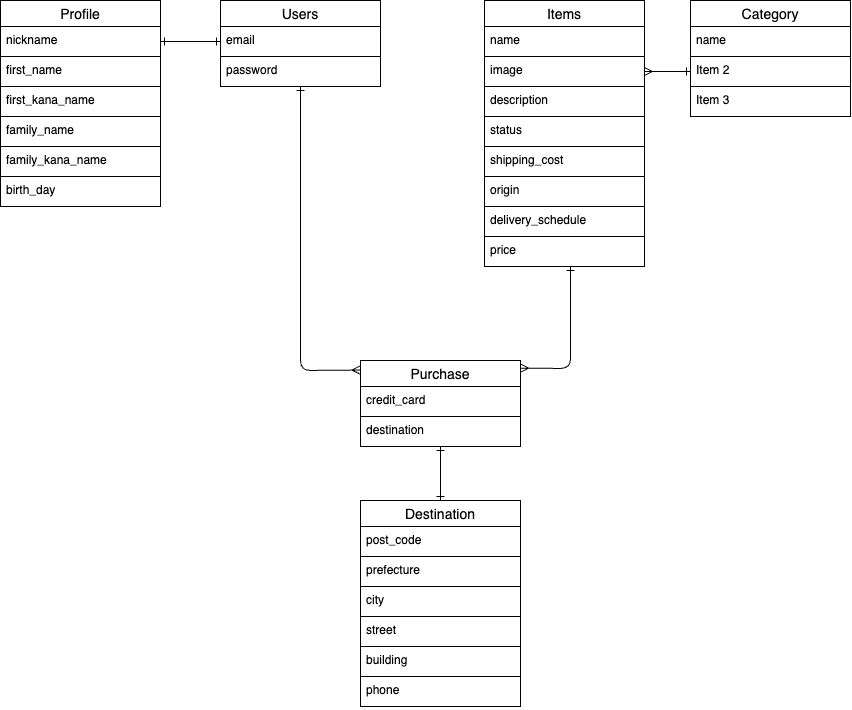
Earlier version of the draw.io export ER.png (Ryuta0210/furima-41334). Source tidied: cells renumbered, new cells last; positions are measured from the earlier drawing's top-left corner, leaving out a move shared by most shapes. Its diagram source:
```xml
<mxGraphModel background="#ffffff">
  <root>
    <mxCell id="0" />
    <mxCell id="1" parent="0" />
    <mxCell id="2" style="html=1;entryX=-0.003;entryY=0.111;entryDx=0;entryDy=0;entryPerimeter=0;strokeWidth=1;startArrow=ERone;startFill=0;endArrow=ERmany;endFill=0;strokeColor=#000000;fontColor=#000000;" parent="1" edge="1" source="3" target="17">
      <mxGeometry relative="1" as="geometry">
        <Array as="points">
          <mxPoint x="300" y="370" />
        </Array>
      </mxGeometry>
    </mxCell>
    <mxCell id="3" value="Users" style="swimlane;fontStyle=0;horizontal=1;startSize=26;align=center;fontSize=14;strokeColor=#000000;fontColor=#000000;" parent="1" vertex="1">
      <mxGeometry x="220" width="160" height="86" as="geometry" />
    </mxCell>
    <mxCell id="4" value="email" style="text;spacingLeft=4;spacingRight=4;overflow=hidden;points=[[0,0.5],[1,0.5]];portConstraint=eastwest;fontSize=12;strokeColor=#000000;fontColor=#000000;" parent="3" vertex="1">
      <mxGeometry y="26" width="160" height="30" as="geometry" />
    </mxCell>
    <mxCell id="5" value="password" style="text;spacingLeft=4;spacingRight=4;overflow=hidden;fontSize=12;strokeColor=#000000;fontColor=#000000;" parent="3" vertex="1">
      <mxGeometry y="56" width="160" height="30" as="geometry" />
    </mxCell>
    <mxCell id="6" style="edgeStyle=none;html=1;strokeWidth=1;startArrow=ERone;startFill=0;endArrow=ERmany;endFill=0;exitX=0.538;exitY=1.002;exitDx=0;exitDy=0;exitPerimeter=0;entryX=1.002;entryY=0.089;entryDx=0;entryDy=0;entryPerimeter=0;strokeColor=#000000;fontColor=#000000;" parent="1" edge="1" source="15" target="17">
      <mxGeometry relative="1" as="geometry">
        <Array as="points">
          <mxPoint x="570" y="368" />
        </Array>
      </mxGeometry>
    </mxCell>
    <mxCell id="7" value="Items" style="swimlane;fontStyle=0;horizontal=1;startSize=26;align=center;fontSize=14;strokeColor=#000000;fontColor=#000000;" parent="1" vertex="1">
      <mxGeometry x="484" width="160" height="266" as="geometry" />
    </mxCell>
    <mxCell id="8" value="name" style="text;spacingLeft=4;spacingRight=4;overflow=hidden;fontSize=12;strokeColor=#000000;fontColor=#000000;" parent="7" vertex="1">
      <mxGeometry y="26" width="160" height="30" as="geometry" />
    </mxCell>
    <mxCell id="9" value="image" style="text;spacingLeft=4;spacingRight=4;overflow=hidden;points=[[0,0.5],[1,0.5]];portConstraint=eastwest;fontSize=12;strokeColor=#000000;fontColor=#000000;" parent="7" vertex="1">
      <mxGeometry y="56" width="160" height="30" as="geometry" />
    </mxCell>
    <mxCell id="10" value="description" style="text;spacingLeft=4;spacingRight=4;overflow=hidden;fontSize=12;strokeColor=#000000;fontColor=#000000;" parent="7" vertex="1">
      <mxGeometry y="86" width="160" height="30" as="geometry" />
    </mxCell>
    <mxCell id="11" value="status" style="text;spacingLeft=4;spacingRight=4;overflow=hidden;fontSize=12;strokeColor=#000000;fontColor=#000000;" parent="7" vertex="1">
      <mxGeometry y="116" width="160" height="30" as="geometry" />
    </mxCell>
    <mxCell id="12" value="shipping_cost" style="text;spacingLeft=4;spacingRight=4;overflow=hidden;fontSize=12;strokeColor=#000000;fontColor=#000000;" parent="7" vertex="1">
      <mxGeometry y="146" width="160" height="30" as="geometry" />
    </mxCell>
    <mxCell id="13" value="origin" style="text;spacingLeft=4;spacingRight=4;overflow=hidden;fontSize=12;strokeColor=#000000;fontColor=#000000;" parent="7" vertex="1">
      <mxGeometry y="176" width="160" height="30" as="geometry" />
    </mxCell>
    <mxCell id="14" value="delivery_schedule" style="text;spacingLeft=4;spacingRight=4;overflow=hidden;fontSize=12;strokeColor=#000000;fontColor=#000000;" parent="7" vertex="1">
      <mxGeometry y="206" width="160" height="30" as="geometry" />
    </mxCell>
    <mxCell id="15" value="price" style="text;spacingLeft=4;spacingRight=4;overflow=hidden;points=[[0,0.5],[1,0.5]];portConstraint=eastwest;fontSize=12;strokeColor=#000000;fontColor=#000000;" parent="7" vertex="1">
      <mxGeometry y="236" width="160" height="30" as="geometry" />
    </mxCell>
    <mxCell id="16" style="edgeStyle=none;html=1;entryX=0.5;entryY=0;entryDx=0;entryDy=0;strokeWidth=1;startArrow=ERone;startFill=0;endArrow=ERone;endFill=0;strokeColor=#000000;fontColor=#000000;" parent="1" edge="1" source="17" target="20">
      <mxGeometry relative="1" as="geometry" />
    </mxCell>
    <mxCell id="17" value="Purchase" style="swimlane;fontStyle=0;horizontal=1;startSize=26;align=center;fontSize=14;strokeColor=#000000;fontColor=#000000;" parent="1" vertex="1">
      <mxGeometry x="360" y="360" width="160" height="86" as="geometry" />
    </mxCell>
    <mxCell id="18" value="credit_card" style="text;spacingLeft=4;spacingRight=4;overflow=hidden;fontSize=12;strokeColor=#000000;fontColor=#000000;" parent="17" vertex="1">
      <mxGeometry y="26" width="160" height="30" as="geometry" />
    </mxCell>
    <mxCell id="19" value="destination" style="text;spacingLeft=4;spacingRight=4;overflow=hidden;fontSize=12;strokeColor=#000000;fontColor=#000000;" parent="17" vertex="1">
      <mxGeometry y="56" width="160" height="30" as="geometry" />
    </mxCell>
    <mxCell id="20" value="Destination" style="swimlane;fontStyle=0;horizontal=1;startSize=26;align=center;fontSize=14;strokeColor=#000000;fontColor=#000000;" parent="1" vertex="1">
      <mxGeometry x="360" y="500" width="160" height="206" as="geometry" />
    </mxCell>
    <mxCell id="21" value="post_code" style="text;spacingLeft=4;spacingRight=4;overflow=hidden;fontSize=12;strokeColor=#000000;fontColor=#000000;" parent="20" vertex="1">
      <mxGeometry y="26" width="160" height="30" as="geometry" />
    </mxCell>
    <mxCell id="22" value="prefecture" style="text;spacingLeft=4;spacingRight=4;overflow=hidden;fontSize=12;strokeColor=#000000;fontColor=#000000;" parent="20" vertex="1">
      <mxGeometry y="56" width="160" height="30" as="geometry" />
    </mxCell>
    <mxCell id="23" value="city" style="text;spacingLeft=4;spacingRight=4;overflow=hidden;fontSize=12;strokeColor=#000000;fontColor=#000000;" parent="20" vertex="1">
      <mxGeometry y="86" width="160" height="30" as="geometry" />
    </mxCell>
    <mxCell id="24" value="street" style="text;spacingLeft=4;spacingRight=4;overflow=hidden;fontSize=12;strokeColor=#000000;fontColor=#000000;" parent="20" vertex="1">
      <mxGeometry y="116" width="160" height="30" as="geometry" />
    </mxCell>
    <mxCell id="25" value="building" style="text;spacingLeft=4;spacingRight=4;overflow=hidden;fontSize=12;strokeColor=#000000;fontColor=#000000;" parent="20" vertex="1">
      <mxGeometry y="146" width="160" height="30" as="geometry" />
    </mxCell>
    <mxCell id="26" value="phone" style="text;spacingLeft=4;spacingRight=4;overflow=hidden;fontSize=12;strokeColor=#000000;fontColor=#000000;" parent="20" vertex="1">
      <mxGeometry y="176" width="160" height="30" as="geometry" />
    </mxCell>
    <mxCell id="27" value="Category" style="swimlane;fontStyle=0;horizontal=1;startSize=26;align=center;fontSize=14;strokeColor=#000000;fontColor=#000000;" parent="1" vertex="1">
      <mxGeometry x="690" width="160" height="116" as="geometry" />
    </mxCell>
    <mxCell id="28" value="name" style="text;spacingLeft=4;spacingRight=4;overflow=hidden;fontSize=12;strokeColor=#000000;fontColor=#000000;" parent="27" vertex="1">
      <mxGeometry y="26" width="160" height="30" as="geometry" />
    </mxCell>
    <mxCell id="29" value="Item 2" style="text;spacingLeft=4;spacingRight=4;overflow=hidden;points=[[0,0.5],[1,0.5]];portConstraint=eastwest;fontSize=12;strokeColor=#000000;fontColor=#000000;" parent="27" vertex="1">
      <mxGeometry y="56" width="160" height="30" as="geometry" />
    </mxCell>
    <mxCell id="30" value="Item 3" style="text;spacingLeft=4;spacingRight=4;overflow=hidden;fontSize=12;strokeColor=#000000;fontColor=#000000;" parent="27" vertex="1">
      <mxGeometry y="86" width="160" height="30" as="geometry" />
    </mxCell>
    <mxCell id="31" style="edgeStyle=none;html=1;entryX=0;entryY=0.5;entryDx=0;entryDy=0;startArrow=ERmany;startFill=0;endArrow=ERone;endFill=0;strokeColor=#000000;fontColor=#000000;" parent="1" edge="1" source="9" target="29">
      <mxGeometry relative="1" as="geometry" />
    </mxCell>
    <mxCell id="32" style="edgeStyle=none;html=1;exitX=1;exitY=0.5;exitDx=0;exitDy=0;entryX=0;entryY=0.5;entryDx=0;entryDy=0;endArrow=ERone;endFill=0;startArrow=ERone;startFill=0;strokeColor=#000000;fontColor=#000000;" parent="1" edge="1" source="34" target="4">
      <mxGeometry relative="1" as="geometry" />
    </mxCell>
    <mxCell id="33" value="Profile" style="swimlane;fontStyle=0;horizontal=1;startSize=26;align=center;fontSize=14;strokeColor=#000000;fontColor=#000000;" parent="1" vertex="1">
      <mxGeometry width="160" height="206" as="geometry" />
    </mxCell>
    <mxCell id="34" value="nickname" style="text;spacingLeft=4;spacingRight=4;overflow=hidden;points=[[0,0.5],[1,0.5]];portConstraint=eastwest;fontSize=12;strokeColor=#000000;fontColor=#000000;" parent="33" vertex="1">
      <mxGeometry y="26" width="160" height="30" as="geometry" />
    </mxCell>
    <mxCell id="35" value="first_name" style="text;spacingLeft=4;spacingRight=4;overflow=hidden;fontSize=12;strokeColor=#000000;fontColor=#000000;" parent="33" vertex="1">
      <mxGeometry y="56" width="160" height="30" as="geometry" />
    </mxCell>
    <mxCell id="36" value="first_kana_name" style="text;spacingLeft=4;spacingRight=4;overflow=hidden;fontSize=12;strokeColor=#000000;fontColor=#000000;" parent="33" vertex="1">
      <mxGeometry y="86" width="160" height="30" as="geometry" />
    </mxCell>
    <mxCell id="37" value="family_name" style="text;spacingLeft=4;spacingRight=4;overflow=hidden;fontSize=12;strokeColor=#000000;fontColor=#000000;" parent="33" vertex="1">
      <mxGeometry y="116" width="160" height="30" as="geometry" />
    </mxCell>
    <mxCell id="38" value="family_kana_name" style="text;spacingLeft=4;spacingRight=4;overflow=hidden;fontSize=12;strokeColor=#000000;fontColor=#000000;" parent="33" vertex="1">
      <mxGeometry y="146" width="160" height="30" as="geometry" />
    </mxCell>
    <mxCell id="39" value="birth_day" style="text;spacingLeft=4;spacingRight=4;overflow=hidden;fontSize=12;strokeColor=#000000;fontColor=#000000;" parent="33" vertex="1">
      <mxGeometry y="176" width="160" height="30" as="geometry" />
    </mxCell>
  </root>
</mxGraphModel>
```
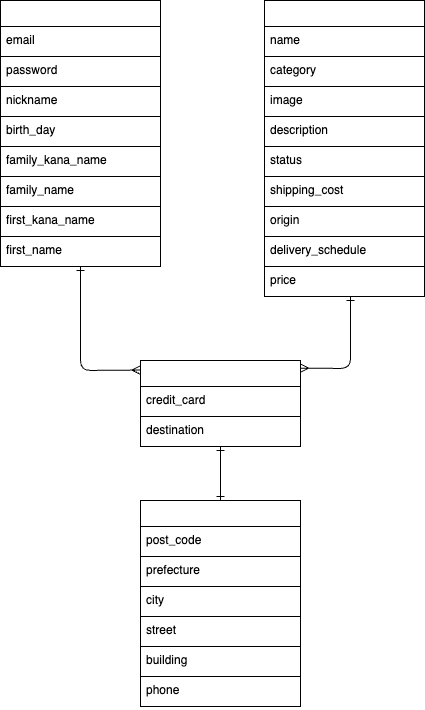
After the change.

Commit message:
ER図とREADMEの修正

Change to the diagram source:
```diff
@@ -9,8 +9,8 @@
         </Array>
       </mxGeometry>
     </mxCell>
-    <mxCell id="3" value="Users" style="swimlane;fontStyle=0;horizontal=1;startSize=26;align=center;fontSize=14;strokeColor=#000000;fontColor=#000000;" parent="1" vertex="1">
-      <mxGeometry x="220" width="160" height="86" as="geometry" />
+    <mxCell id="3" value="Users" style="swimlane;fontStyle=0;horizontal=1;startSize=26;align=center;fontSize=14;strokeColor=#000000;fontColor=#FFFFFF;" parent="1" vertex="1">
+      <mxGeometry x="220" width="160" height="266" as="geometry" />
     </mxCell>
     <mxCell id="4" value="email" style="text;spacingLeft=4;spacingRight=4;overflow=hidden;points=[[0,0.5],[1,0.5]];portConstraint=eastwest;fontSize=12;strokeColor=#000000;fontColor=#000000;" parent="3" vertex="1">
       <mxGeometry y="26" width="160" height="30" as="geometry" />
@@ -18,6 +18,24 @@
     <mxCell id="5" value="password" style="text;spacingLeft=4;spacingRight=4;overflow=hidden;fontSize=12;strokeColor=#000000;fontColor=#000000;" parent="3" vertex="1">
       <mxGeometry y="56" width="160" height="30" as="geometry" />
     </mxCell>
+    <mxCell id="34" value="nickname" style="text;spacingLeft=4;spacingRight=4;overflow=hidden;points=[[0,0.5],[1,0.5]];portConstraint=eastwest;fontSize=12;strokeColor=#000000;fontColor=#000000;" parent="3" vertex="1">
+      <mxGeometry y="86" width="160" height="30" as="geometry" />
+    </mxCell>
+    <mxCell id="39" value="birth_day" style="text;spacingLeft=4;spacingRight=4;overflow=hidden;fontSize=12;strokeColor=#000000;fontColor=#000000;" parent="3" vertex="1">
+      <mxGeometry y="116" width="160" height="30" as="geometry" />
+    </mxCell>
+    <mxCell id="38" value="family_kana_name" style="text;spacingLeft=4;spacingRight=4;overflow=hidden;fontSize=12;strokeColor=#000000;fontColor=#000000;" parent="3" vertex="1">
+      <mxGeometry y="146" width="160" height="30" as="geometry" />
+    </mxCell>
+    <mxCell id="37" value="family_name" style="text;spacingLeft=4;spacingRight=4;overflow=hidden;fontSize=12;strokeColor=#000000;fontColor=#000000;" parent="3" vertex="1">
+      <mxGeometry y="176" width="160" height="30" as="geometry" />
+    </mxCell>
+    <mxCell id="36" value="first_kana_name" style="text;spacingLeft=4;spacingRight=4;overflow=hidden;fontSize=12;strokeColor=#000000;fontColor=#000000;" parent="3" vertex="1">
+      <mxGeometry y="206" width="160" height="30" as="geometry" />
+    </mxCell>
+    <mxCell id="35" value="first_name" style="text;spacingLeft=4;spacingRight=4;overflow=hidden;fontSize=12;strokeColor=#000000;fontColor=#000000;" parent="3" vertex="1">
+      <mxGeometry y="236" width="160" height="30" as="geometry" />
+    </mxCell>
     <mxCell id="6" style="edgeStyle=none;html=1;strokeWidth=1;startArrow=ERone;startFill=0;endArrow=ERmany;endFill=0;exitX=0.538;exitY=1.002;exitDx=0;exitDy=0;exitPerimeter=0;entryX=1.002;entryY=0.089;entryDx=0;entryDy=0;entryPerimeter=0;strokeColor=#000000;fontColor=#000000;" parent="1" edge="1" source="15" target="17">
       <mxGeometry relative="1" as="geometry">
         <Array as="points">
@@ -25,37 +43,40 @@
         </Array>
       </mxGeometry>
     </mxCell>
-    <mxCell id="7" value="Items" style="swimlane;fontStyle=0;horizontal=1;startSize=26;align=center;fontSize=14;strokeColor=#000000;fontColor=#000000;" parent="1" vertex="1">
-      <mxGeometry x="484" width="160" height="266" as="geometry" />
+    <mxCell id="7" value="Items" style="swimlane;fontStyle=0;horizontal=1;startSize=26;align=center;fontSize=14;strokeColor=#000000;fontColor=#FFFFFF;" parent="1" vertex="1">
+      <mxGeometry x="484" width="160" height="296" as="geometry" />
     </mxCell>
     <mxCell id="8" value="name" style="text;spacingLeft=4;spacingRight=4;overflow=hidden;fontSize=12;strokeColor=#000000;fontColor=#000000;" parent="7" vertex="1">
       <mxGeometry y="26" width="160" height="30" as="geometry" />
     </mxCell>
+    <mxCell id="40" value="category" style="text;strokeColor=none;fillColor=none;spacingLeft=4;spacingRight=4;overflow=hidden;fontSize=12;fontColor=#000000;" parent="7" vertex="1">
+      <mxGeometry y="56" width="160" height="30" as="geometry" />
+    </mxCell>
     <mxCell id="9" value="image" style="text;spacingLeft=4;spacingRight=4;overflow=hidden;points=[[0,0.5],[1,0.5]];portConstraint=eastwest;fontSize=12;strokeColor=#000000;fontColor=#000000;" parent="7" vertex="1">
-      <mxGeometry y="56" width="160" height="30" as="geometry" />
+      <mxGeometry y="86" width="160" height="30" as="geometry" />
     </mxCell>
     <mxCell id="10" value="description" style="text;spacingLeft=4;spacingRight=4;overflow=hidden;fontSize=12;strokeColor=#000000;fontColor=#000000;" parent="7" vertex="1">
-      <mxGeometry y="86" width="160" height="30" as="geometry" />
+      <mxGeometry y="116" width="160" height="30" as="geometry" />
     </mxCell>
     <mxCell id="11" value="status" style="text;spacingLeft=4;spacingRight=4;overflow=hidden;fontSize=12;strokeColor=#000000;fontColor=#000000;" parent="7" vertex="1">
-      <mxGeometry y="116" width="160" height="30" as="geometry" />
+      <mxGeometry y="146" width="160" height="30" as="geometry" />
     </mxCell>
     <mxCell id="12" value="shipping_cost" style="text;spacingLeft=4;spacingRight=4;overflow=hidden;fontSize=12;strokeColor=#000000;fontColor=#000000;" parent="7" vertex="1">
-      <mxGeometry y="146" width="160" height="30" as="geometry" />
+      <mxGeometry y="176" width="160" height="30" as="geometry" />
     </mxCell>
     <mxCell id="13" value="origin" style="text;spacingLeft=4;spacingRight=4;overflow=hidden;fontSize=12;strokeColor=#000000;fontColor=#000000;" parent="7" vertex="1">
-      <mxGeometry y="176" width="160" height="30" as="geometry" />
+      <mxGeometry y="206" width="160" height="30" as="geometry" />
     </mxCell>
     <mxCell id="14" value="delivery_schedule" style="text;spacingLeft=4;spacingRight=4;overflow=hidden;fontSize=12;strokeColor=#000000;fontColor=#000000;" parent="7" vertex="1">
-      <mxGeometry y="206" width="160" height="30" as="geometry" />
+      <mxGeometry y="236" width="160" height="30" as="geometry" />
     </mxCell>
     <mxCell id="15" value="price" style="text;spacingLeft=4;spacingRight=4;overflow=hidden;points=[[0,0.5],[1,0.5]];portConstraint=eastwest;fontSize=12;strokeColor=#000000;fontColor=#000000;" parent="7" vertex="1">
-      <mxGeometry y="236" width="160" height="30" as="geometry" />
+      <mxGeometry y="266" width="160" height="30" as="geometry" />
     </mxCell>
     <mxCell id="16" style="edgeStyle=none;html=1;entryX=0.5;entryY=0;entryDx=0;entryDy=0;strokeWidth=1;startArrow=ERone;startFill=0;endArrow=ERone;endFill=0;strokeColor=#000000;fontColor=#000000;" parent="1" edge="1" source="17" target="20">
       <mxGeometry relative="1" as="geometry" />
     </mxCell>
-    <mxCell id="17" value="Purchase" style="swimlane;fontStyle=0;horizontal=1;startSize=26;align=center;fontSize=14;strokeColor=#000000;fontColor=#000000;" parent="1" vertex="1">
+    <mxCell id="17" value="Purchase" style="swimlane;fontStyle=0;horizontal=1;startSize=26;align=center;fontSize=14;strokeColor=#000000;fontColor=#FFFFFF;" parent="1" vertex="1">
       <mxGeometry x="360" y="360" width="160" height="86" as="geometry" />
     </mxCell>
     <mxCell id="18" value="credit_card" style="text;spacingLeft=4;spacingRight=4;overflow=hidden;fontSize=12;strokeColor=#000000;fontColor=#000000;" parent="17" vertex="1">
@@ -64,7 +85,7 @@
     <mxCell id="19" value="destination" style="text;spacingLeft=4;spacingRight=4;overflow=hidden;fontSize=12;strokeColor=#000000;fontColor=#000000;" parent="17" vertex="1">
       <mxGeometry y="56" width="160" height="30" as="geometry" />
     </mxCell>
-    <mxCell id="20" value="Destination" style="swimlane;fontStyle=0;horizontal=1;startSize=26;align=center;fontSize=14;strokeColor=#000000;fontColor=#000000;" parent="1" vertex="1">
+    <mxCell id="20" value="Destination" style="swimlane;fontStyle=0;horizontal=1;startSize=26;align=center;fontSize=14;strokeColor=#000000;fontColor=#FFFFFF;" parent="1" vertex="1">
       <mxGeometry x="360" y="500" width="160" height="206" as="geometry" />
     </mxCell>
     <mxCell id="21" value="post_code" style="text;spacingLeft=4;spacingRight=4;overflow=hidden;fontSize=12;strokeColor=#000000;fontColor=#000000;" parent="20" vertex="1">
@@ -85,44 +106,5 @@
     <mxCell id="26" value="phone" style="text;spacingLeft=4;spacingRight=4;overflow=hidden;fontSize=12;strokeColor=#000000;fontColor=#000000;" parent="20" vertex="1">
       <mxGeometry y="176" width="160" height="30" as="geometry" />
     </mxCell>
-    <mxCell id="27" value="Category" style="swimlane;fontStyle=0;horizontal=1;startSize=26;align=center;fontSize=14;strokeColor=#000000;fontColor=#000000;" parent="1" vertex="1">
-      <mxGeometry x="690" width="160" height="116" as="geometry" />
-    </mxCell>
-    <mxCell id="28" value="name" style="text;spacingLeft=4;spacingRight=4;overflow=hidden;fontSize=12;strokeColor=#000000;fontColor=#000000;" parent="27" vertex="1">
-      <mxGeometry y="26" width="160" height="30" as="geometry" />
-    </mxCell>
-    <mxCell id="29" value="Item 2" style="text;spacingLeft=4;spacingRight=4;overflow=hidden;points=[[0,0.5],[1,0.5]];portConstraint=eastwest;fontSize=12;strokeColor=#000000;fontColor=#000000;" parent="27" vertex="1">
-      <mxGeometry y="56" width="160" height="30" as="geometry" />
-    </mxCell>
-    <mxCell id="30" value="Item 3" style="text;spacingLeft=4;spacingRight=4;overflow=hidden;fontSize=12;strokeColor=#000000;fontColor=#000000;" parent="27" vertex="1">
-      <mxGeometry y="86" width="160" height="30" as="geometry" />
-    </mxCell>
-    <mxCell id="31" style="edgeStyle=none;html=1;entryX=0;entryY=0.5;entryDx=0;entryDy=0;startArrow=ERmany;startFill=0;endArrow=ERone;endFill=0;strokeColor=#000000;fontColor=#000000;" parent="1" edge="1" source="9" target="29">
-      <mxGeometry relative="1" as="geometry" />
-    </mxCell>
-    <mxCell id="32" style="edgeStyle=none;html=1;exitX=1;exitY=0.5;exitDx=0;exitDy=0;entryX=0;entryY=0.5;entryDx=0;entryDy=0;endArrow=ERone;endFill=0;startArrow=ERone;startFill=0;strokeColor=#000000;fontColor=#000000;" parent="1" edge="1" source="34" target="4">
-      <mxGeometry relative="1" as="geometry" />
-    </mxCell>
-    <mxCell id="33" value="Profile" style="swimlane;fontStyle=0;horizontal=1;startSize=26;align=center;fontSize=14;strokeColor=#000000;fontColor=#000000;" parent="1" vertex="1">
-      <mxGeometry width="160" height="206" as="geometry" />
-    </mxCell>
-    <mxCell id="34" value="nickname" style="text;spacingLeft=4;spacingRight=4;overflow=hidden;points=[[0,0.5],[1,0.5]];portConstraint=eastwest;fontSize=12;strokeColor=#000000;fontColor=#000000;" parent="33" vertex="1">
-      <mxGeometry y="26" width="160" height="30" as="geometry" />
-    </mxCell>
-    <mxCell id="35" value="first_name" style="text;spacingLeft=4;spacingRight=4;overflow=hidden;fontSize=12;strokeColor=#000000;fontColor=#000000;" parent="33" vertex="1">
-      <mxGeometry y="56" width="160" height="30" as="geometry" />
-    </mxCell>
-    <mxCell id="36" value="first_kana_name" style="text;spacingLeft=4;spacingRight=4;overflow=hidden;fontSize=12;strokeColor=#000000;fontColor=#000000;" parent="33" vertex="1">
-      <mxGeometry y="86" width="160" height="30" as="geometry" />
-    </mxCell>
-    <mxCell id="37" value="family_name" style="text;spacingLeft=4;spacingRight=4;overflow=hidden;fontSize=12;strokeColor=#000000;fontColor=#000000;" parent="33" vertex="1">
-      <mxGeometry y="116" width="160" height="30" as="geometry" />
-    </mxCell>
-    <mxCell id="38" value="family_kana_name" style="text;spacingLeft=4;spacingRight=4;overflow=hidden;fontSize=12;strokeColor=#000000;fontColor=#000000;" parent="33" vertex="1">
-      <mxGeometry y="146" width="160" height="30" as="geometry" />
-    </mxCell>
-    <mxCell id="39" value="birth_day" style="text;spacingLeft=4;spacingRight=4;overflow=hidden;fontSize=12;strokeColor=#000000;fontColor=#000000;" parent="33" vertex="1">
-      <mxGeometry y="176" width="160" height="30" as="geometry" />
-    </mxCell>
   </root>
 </mxGraphModel>
```
